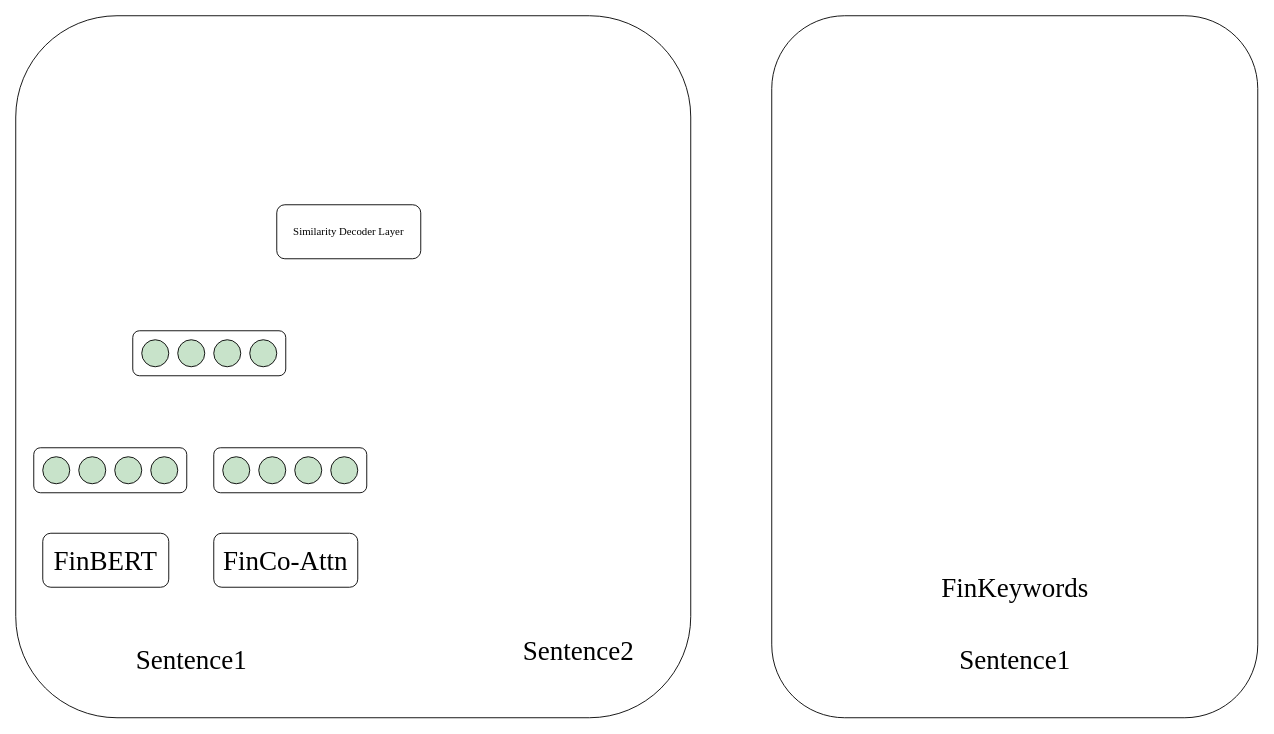
Earlier version of the draw.io diagram text_match/FinKeNet.drawio (lengyueit/paper_pic). Source tidied: cells renumbered, new cells numbered last; positions are measured from the earlier drawing's top-left corner, leaving out a move shared by most shapes. Both pictures are drawn from the tidied source at 90%, with x=0, y=0 at pixel (15, 15).
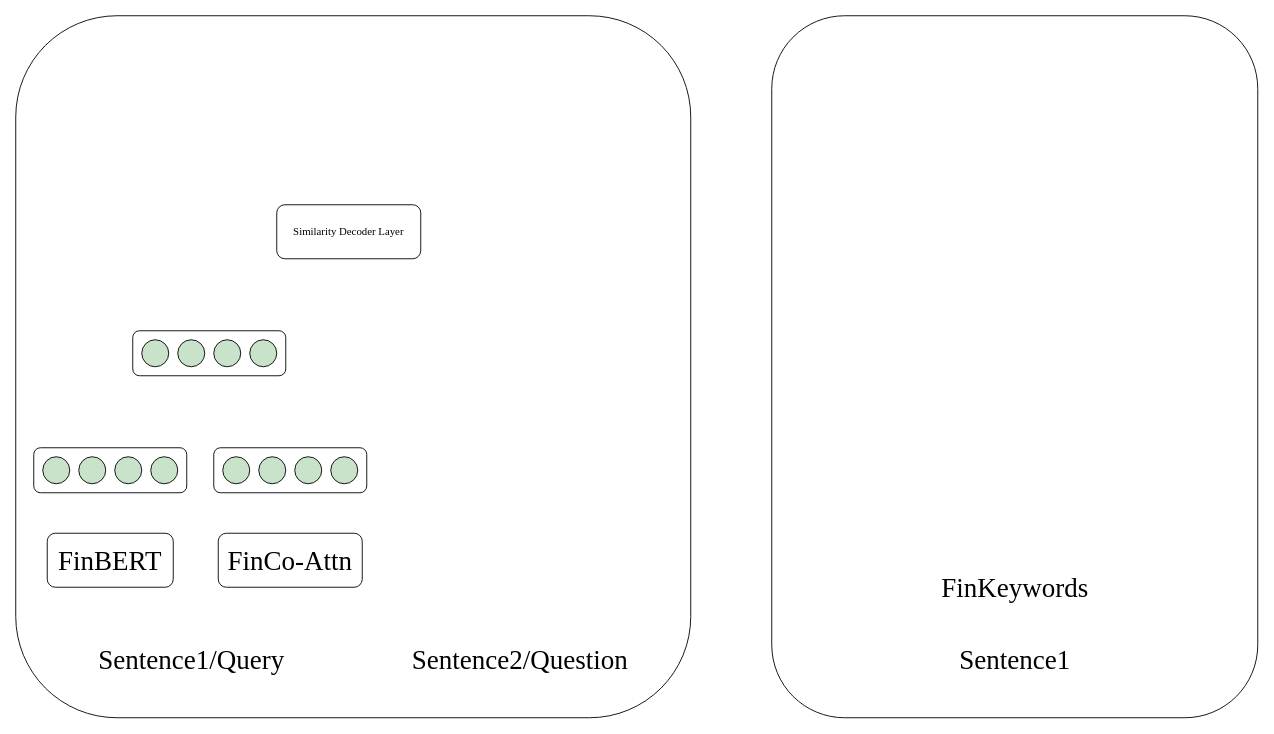
After the change.

The edit, as a diff of the source:
```diff
@@
-    <mxCell id="4" value="&lt;font face=&quot;Times New Roman&quot; style=&quot;font-size: 30px;&quot;&gt;Sentence1&lt;/font&gt;" style="text;html=1;align=center;verticalAlign=middle;strokeColor=none;fillColor=none;" parent="1" vertex="1">
-      <mxGeometry x="120" y="690" width="150" height="50" as="geometry" />
+    <mxCell id="4" value="&lt;font face=&quot;Times New Roman&quot; style=&quot;font-size: 30px;&quot;&gt;Sentence1/Query&lt;/font&gt;" style="text;html=1;align=center;verticalAlign=middle;strokeColor=none;fillColor=none;" parent="1" vertex="1">
+      <mxGeometry x="80" y="690" width="230" height="50" as="geometry" />
     </mxCell>
-    <mxCell id="5" value="&lt;font face=&quot;Times New Roman&quot; style=&quot;font-size: 30px;&quot;&gt;Sentence2&lt;/font&gt;" style="text;html=1;align=center;verticalAlign=middle;strokeColor=none;fillColor=none;" parent="1" vertex="1">
-      <mxGeometry x="550" y="680" width="150" height="50" as="geometry" />
+    <mxCell id="5" value="&lt;font face=&quot;Times New Roman&quot; style=&quot;font-size: 30px;&quot;&gt;Sentence2/Question&lt;/font&gt;" style="text;html=1;align=center;verticalAlign=middle;strokeColor=none;fillColor=none;" parent="1" vertex="1">
+      <mxGeometry x="430" y="690" width="260" height="50" as="geometry" />
     </mxCell>
     <mxCell id="6" value="&lt;font face=&quot;Times New Roman&quot; style=&quot;font-size: 30px;&quot;&gt;FinBERT&lt;/font&gt;" style="rounded=1;whiteSpace=wrap;html=1;" parent="1" vertex="1">
-      <mxGeometry x="30" y="575" width="140" height="60" as="geometry" />
+      <mxGeometry x="35" y="575" width="140" height="60" as="geometry" />
     </mxCell>
     <mxCell id="7" value="&lt;font face=&quot;Times New Roman&quot; style=&quot;font-size: 30px;&quot;&gt;FinCo-Attn&lt;/font&gt;" style="rounded=1;whiteSpace=wrap;html=1;" parent="1" vertex="1">
-      <mxGeometry x="220" y="575" width="160" height="60" as="geometry" />
+      <mxGeometry x="225" y="575" width="160" height="60" as="geometry" />
     </mxCell>
```
